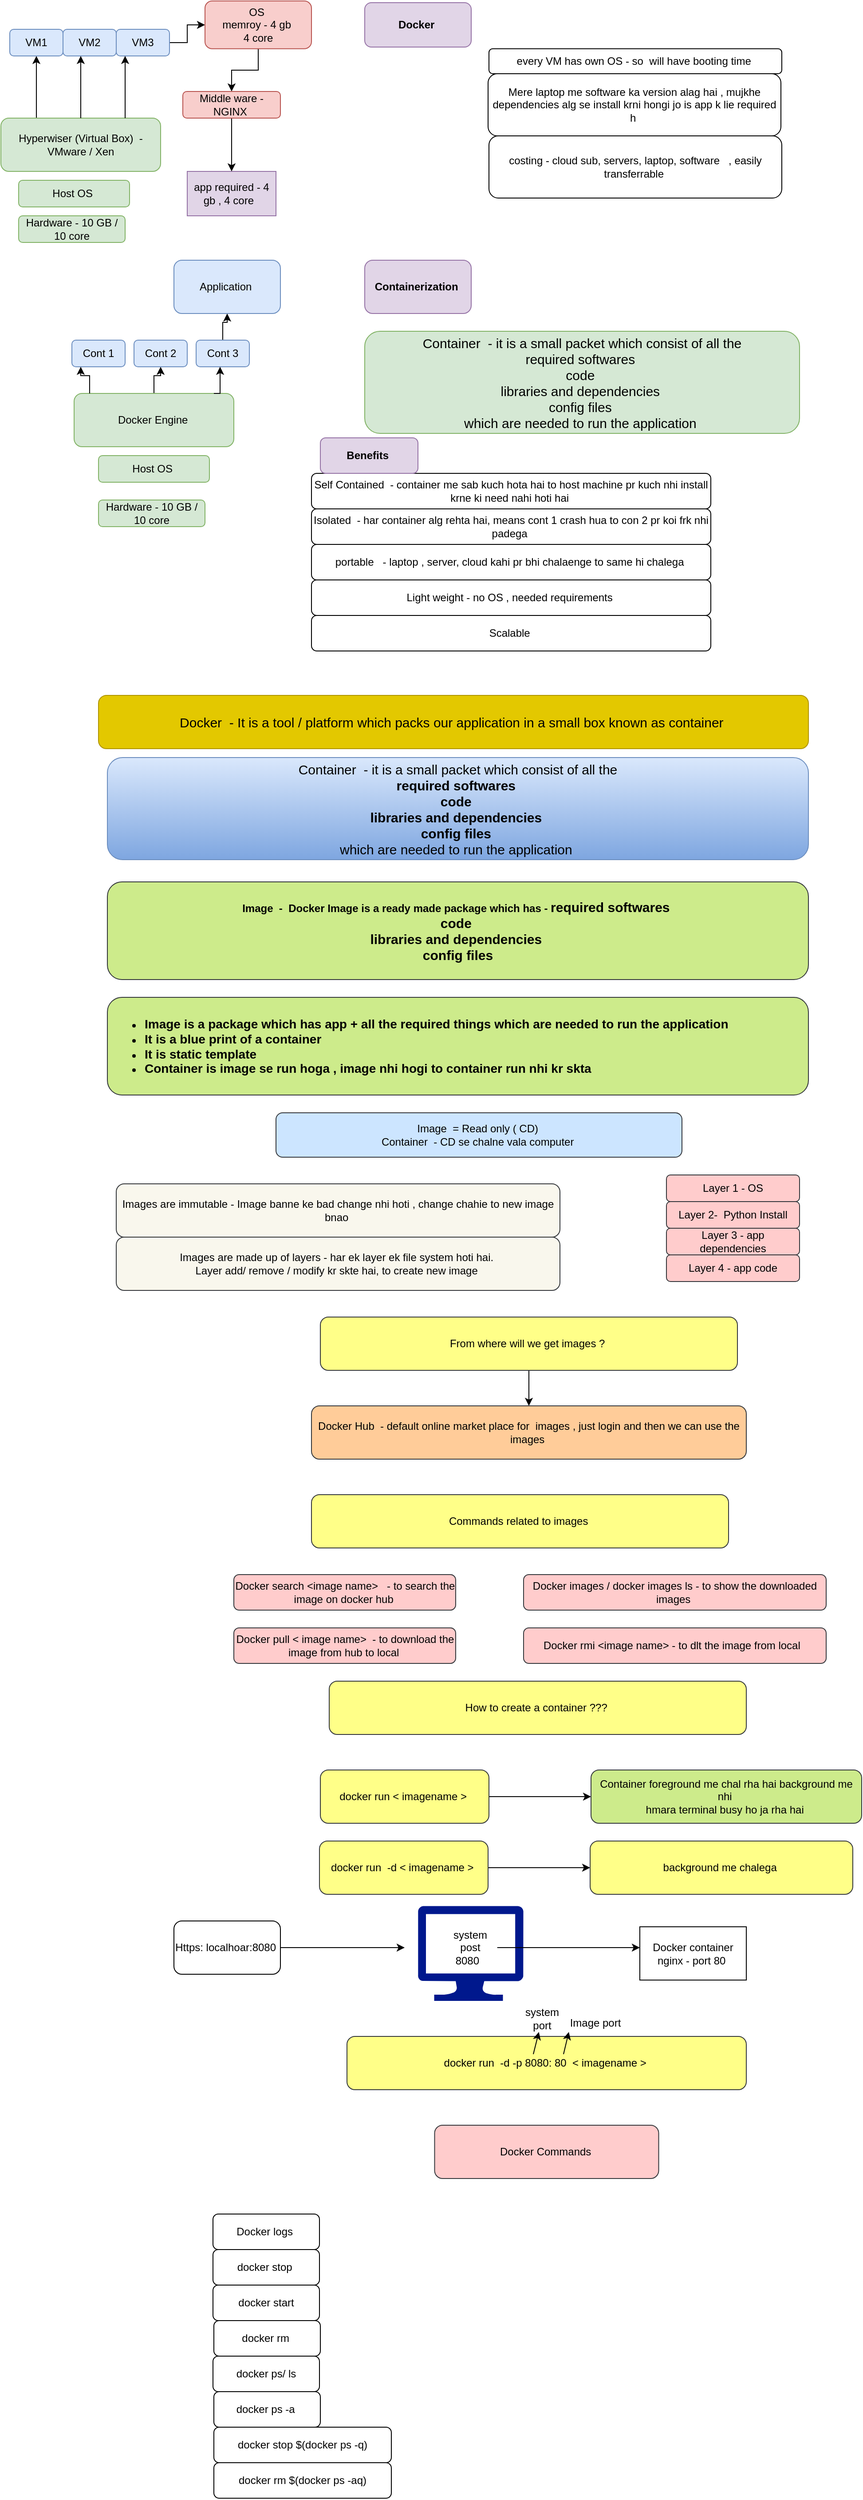
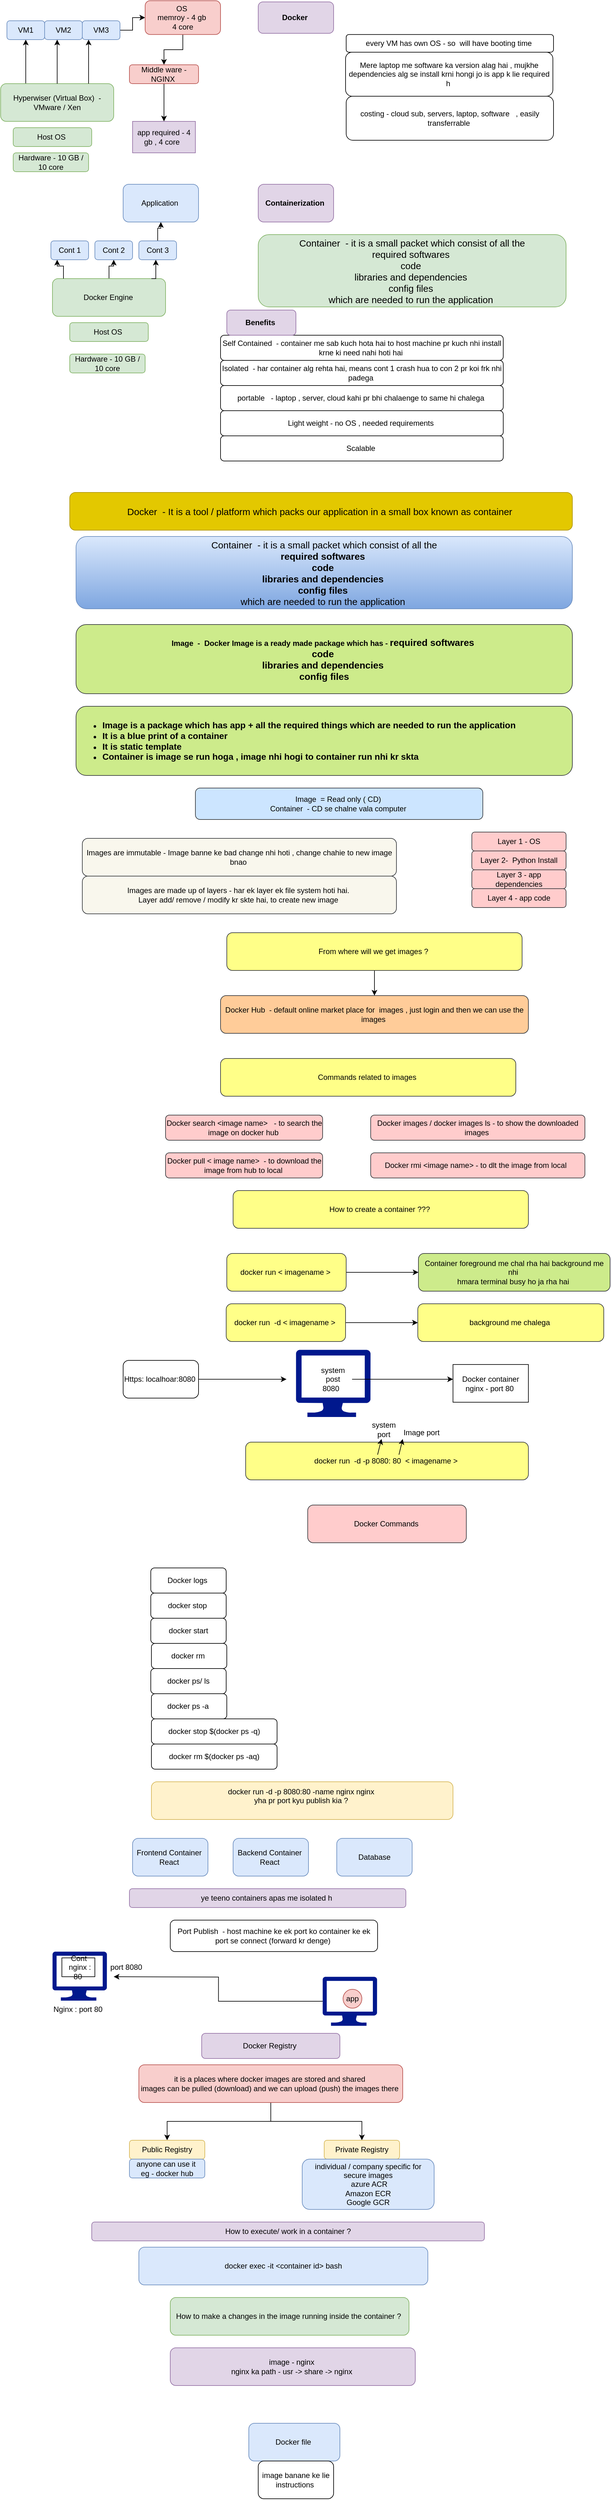
<mxfile host="app.diagrams.net">
  <diagram name="Page-1" id="ZKXYPPjO_T6hG3NFIvYZ">
-     <mxGraphModel dx="1030" dy="527" grid="1" gridSize="10" guides="1" tooltips="1" connect="1" arrows="1" fold="1" page="1" pageScale="1" pageWidth="9000000" pageHeight="9011690" math="0" shadow="0">
+     <mxGraphModel dx="824" dy="422" grid="1" gridSize="10" guides="1" tooltips="1" connect="1" arrows="1" fold="1" page="1" pageScale="1" pageWidth="9000000" pageHeight="9011690" math="0" shadow="0">
      <root>
        <mxCell id="0" />
        <mxCell id="1" parent="0" />
        <mxCell id="NzShjJ24OLTumAYWdT6c-1" parent="1" style="rounded=1;whiteSpace=wrap;html=1;fontStyle=1;fillColor=#e1d5e7;strokeColor=#9673a6;" value="Docker&amp;nbsp;" vertex="1">
          <mxGeometry height="50" width="120" x="510" y="10" as="geometry" />
        </mxCell>
        <mxCell id="NzShjJ24OLTumAYWdT6c-2" parent="1" style="rounded=1;whiteSpace=wrap;html=1;fillColor=#d5e8d4;strokeColor=#82b366;" value="Hardware - 10 GB / 10 core" vertex="1">
          <mxGeometry height="30" width="120" x="120" y="250" as="geometry" />
        </mxCell>
        <mxCell id="NzShjJ24OLTumAYWdT6c-3" parent="1" style="rounded=1;whiteSpace=wrap;html=1;fillColor=#d5e8d4;strokeColor=#82b366;" value="Host OS&amp;nbsp;" vertex="1">
          <mxGeometry height="30" width="125" x="120" y="210" as="geometry" />
        </mxCell>
        <mxCell id="NzShjJ24OLTumAYWdT6c-4" parent="1" style="rounded=1;whiteSpace=wrap;html=1;" value="every VM has own OS - so&amp;nbsp; will have booting time&amp;nbsp;" vertex="1">
          <mxGeometry height="28.12" width="330" x="650" y="61.88" as="geometry" />
        </mxCell>
        <mxCell id="NzShjJ24OLTumAYWdT6c-5" parent="1" style="rounded=0;whiteSpace=wrap;html=1;fillColor=#e1d5e7;strokeColor=#9673a6;" value="app required - 4 gb , 4 core&amp;nbsp;&amp;nbsp;" vertex="1">
          <mxGeometry height="50" width="100" x="310" y="200" as="geometry" />
        </mxCell>
        <mxCell id="NzShjJ24OLTumAYWdT6c-8" edge="1" parent="1" source="NzShjJ24OLTumAYWdT6c-6" style="edgeStyle=orthogonalEdgeStyle;rounded=0;orthogonalLoop=1;jettySize=auto;html=1;" target="NzShjJ24OLTumAYWdT6c-7" value="">
          <mxGeometry relative="1" as="geometry">
            <Array as="points">
              <mxPoint x="140" y="130" />
              <mxPoint x="140" y="130" />
            </Array>
          </mxGeometry>
        </mxCell>
        <mxCell id="NzShjJ24OLTumAYWdT6c-6" parent="1" style="rounded=1;whiteSpace=wrap;html=1;fillColor=#d5e8d4;strokeColor=#82b366;" value="Hyperwiser (Virtual Box)&amp;nbsp; - VMware / Xen" vertex="1">
          <mxGeometry height="60" width="180" x="100" y="140" as="geometry" />
        </mxCell>
        <mxCell id="NzShjJ24OLTumAYWdT6c-7" parent="1" style="whiteSpace=wrap;html=1;rounded=1;fillColor=#dae8fc;strokeColor=#6c8ebf;" value="VM1" vertex="1">
          <mxGeometry height="30" width="60" x="110" y="40" as="geometry" />
        </mxCell>
        <mxCell id="NzShjJ24OLTumAYWdT6c-9" parent="1" style="whiteSpace=wrap;html=1;rounded=1;fillColor=#dae8fc;strokeColor=#6c8ebf;" value="VM2" vertex="1">
          <mxGeometry height="30" width="60" x="170" y="40" as="geometry" />
        </mxCell>
        <mxCell id="NzShjJ24OLTumAYWdT6c-14" edge="1" parent="1" source="NzShjJ24OLTumAYWdT6c-10" style="edgeStyle=orthogonalEdgeStyle;rounded=0;orthogonalLoop=1;jettySize=auto;html=1;" target="NzShjJ24OLTumAYWdT6c-13" value="">
          <mxGeometry relative="1" as="geometry" />
        </mxCell>
        <mxCell id="NzShjJ24OLTumAYWdT6c-10" parent="1" style="whiteSpace=wrap;html=1;rounded=1;fillColor=#dae8fc;strokeColor=#6c8ebf;" value="VM3" vertex="1">
          <mxGeometry height="30" width="60" x="230" y="40" as="geometry" />
        </mxCell>
        <mxCell id="NzShjJ24OLTumAYWdT6c-11" edge="1" parent="1" style="edgeStyle=orthogonalEdgeStyle;rounded=0;orthogonalLoop=1;jettySize=auto;html=1;" value="">
          <mxGeometry relative="1" as="geometry">
            <Array as="points">
              <mxPoint x="190" y="130" />
              <mxPoint x="190" y="130" />
            </Array>
            <mxPoint x="190" y="140" as="sourcePoint" />
            <mxPoint x="190" y="70" as="targetPoint" />
          </mxGeometry>
        </mxCell>
        <mxCell id="NzShjJ24OLTumAYWdT6c-12" edge="1" parent="1" style="edgeStyle=orthogonalEdgeStyle;rounded=0;orthogonalLoop=1;jettySize=auto;html=1;" value="">
          <mxGeometry relative="1" as="geometry">
            <Array as="points">
              <mxPoint x="240" y="130" />
              <mxPoint x="240" y="130" />
            </Array>
            <mxPoint x="240" y="140" as="sourcePoint" />
            <mxPoint x="240" y="70" as="targetPoint" />
          </mxGeometry>
        </mxCell>
        <mxCell id="NzShjJ24OLTumAYWdT6c-16" edge="1" parent="1" source="NzShjJ24OLTumAYWdT6c-13" style="edgeStyle=orthogonalEdgeStyle;rounded=0;orthogonalLoop=1;jettySize=auto;html=1;" target="NzShjJ24OLTumAYWdT6c-15" value="">
          <mxGeometry relative="1" as="geometry" />
        </mxCell>
        <mxCell id="NzShjJ24OLTumAYWdT6c-13" parent="1" style="whiteSpace=wrap;html=1;rounded=1;fillColor=#f8cecc;strokeColor=#b85450;" value="OS&amp;nbsp;&lt;div&gt;memroy - 4 gb&amp;nbsp;&lt;/div&gt;&lt;div&gt;4 core&lt;/div&gt;" vertex="1">
          <mxGeometry height="53.75" width="120" x="330" y="8.13" as="geometry" />
        </mxCell>
        <mxCell id="NzShjJ24OLTumAYWdT6c-17" edge="1" parent="1" source="NzShjJ24OLTumAYWdT6c-15" style="edgeStyle=orthogonalEdgeStyle;rounded=0;orthogonalLoop=1;jettySize=auto;html=1;" target="NzShjJ24OLTumAYWdT6c-5" value="">
          <mxGeometry relative="1" as="geometry" />
        </mxCell>
        <mxCell id="NzShjJ24OLTumAYWdT6c-15" parent="1" style="whiteSpace=wrap;html=1;rounded=1;fillColor=#f8cecc;strokeColor=#b85450;" value="Middle ware - NGINX&amp;nbsp;" vertex="1">
          <mxGeometry height="30" width="110" x="305" y="110" as="geometry" />
        </mxCell>
        <mxCell id="NzShjJ24OLTumAYWdT6c-18" parent="1" style="rounded=1;whiteSpace=wrap;html=1;" value="Mere laptop me software ka version alag hai , mujkhe dependencies alg se install krni hongi jo is app k lie required h&amp;nbsp;" vertex="1">
          <mxGeometry height="70" width="330" x="649" y="90" as="geometry" />
        </mxCell>
        <mxCell id="NzShjJ24OLTumAYWdT6c-19" parent="1" style="rounded=1;whiteSpace=wrap;html=1;" value="costing - cloud sub, servers, laptop, software&amp;nbsp; &amp;nbsp;, easily transferrable&amp;nbsp;" vertex="1">
          <mxGeometry height="70" width="330" x="650" y="160" as="geometry" />
        </mxCell>
        <mxCell id="NzShjJ24OLTumAYWdT6c-20" parent="1" style="rounded=1;whiteSpace=wrap;html=1;fillColor=#e1d5e7;strokeColor=#9673a6;fontStyle=1" value="Containerization&amp;nbsp;" vertex="1">
          <mxGeometry height="60" width="120" x="510" y="300" as="geometry" />
        </mxCell>
        <mxCell id="NzShjJ24OLTumAYWdT6c-21" parent="1" style="rounded=1;whiteSpace=wrap;html=1;fillColor=#d5e8d4;strokeColor=#82b366;" value="Hardware - 10 GB / 10 core" vertex="1">
          <mxGeometry height="30" width="120" x="210" y="570" as="geometry" />
        </mxCell>
        <mxCell id="NzShjJ24OLTumAYWdT6c-22" parent="1" style="rounded=1;whiteSpace=wrap;html=1;fillColor=#d5e8d4;strokeColor=#82b366;" value="Host OS&amp;nbsp;" vertex="1">
          <mxGeometry height="30" width="125" x="210" y="520" as="geometry" />
        </mxCell>
        <mxCell id="NzShjJ24OLTumAYWdT6c-29" edge="1" parent="1" source="NzShjJ24OLTumAYWdT6c-23" style="edgeStyle=orthogonalEdgeStyle;rounded=0;orthogonalLoop=1;jettySize=auto;html=1;" target="NzShjJ24OLTumAYWdT6c-25" value="">
          <mxGeometry relative="1" as="geometry" />
        </mxCell>
        <mxCell id="NzShjJ24OLTumAYWdT6c-23" parent="1" style="rounded=1;whiteSpace=wrap;html=1;fillColor=#d5e8d4;strokeColor=#82b366;" value="Docker Engine&amp;nbsp;" vertex="1">
          <mxGeometry height="60" width="180" x="182.5" y="450" as="geometry" />
        </mxCell>
        <mxCell id="NzShjJ24OLTumAYWdT6c-24" parent="1" style="whiteSpace=wrap;html=1;rounded=1;fillColor=#dae8fc;strokeColor=#6c8ebf;" value="Cont 1" vertex="1">
          <mxGeometry height="30" width="60" x="180" y="390" as="geometry" />
        </mxCell>
        <mxCell id="NzShjJ24OLTumAYWdT6c-25" parent="1" style="whiteSpace=wrap;html=1;rounded=1;fillColor=#dae8fc;strokeColor=#6c8ebf;" value="Cont 2" vertex="1">
          <mxGeometry height="30" width="60" x="250" y="390" as="geometry" />
        </mxCell>
        <mxCell id="NzShjJ24OLTumAYWdT6c-33" edge="1" parent="1" source="NzShjJ24OLTumAYWdT6c-26" style="edgeStyle=orthogonalEdgeStyle;rounded=0;orthogonalLoop=1;jettySize=auto;html=1;" target="NzShjJ24OLTumAYWdT6c-32" value="">
          <mxGeometry relative="1" as="geometry" />
        </mxCell>
        <mxCell id="NzShjJ24OLTumAYWdT6c-26" parent="1" style="whiteSpace=wrap;html=1;rounded=1;fillColor=#dae8fc;strokeColor=#6c8ebf;" value="Cont 3" vertex="1">
          <mxGeometry height="30" width="60" x="320" y="390" as="geometry" />
        </mxCell>
        <mxCell id="NzShjJ24OLTumAYWdT6c-28" edge="1" parent="1" style="edgeStyle=orthogonalEdgeStyle;rounded=0;orthogonalLoop=1;jettySize=auto;html=1;" value="">
          <mxGeometry relative="1" as="geometry">
            <Array as="points">
              <mxPoint x="200" y="430" />
              <mxPoint x="190" y="430" />
            </Array>
            <mxPoint x="200" y="450" as="sourcePoint" />
            <mxPoint x="190" y="420" as="targetPoint" />
          </mxGeometry>
        </mxCell>
        <mxCell id="NzShjJ24OLTumAYWdT6c-30" edge="1" parent="1" style="edgeStyle=orthogonalEdgeStyle;rounded=0;orthogonalLoop=1;jettySize=auto;html=1;" value="">
          <mxGeometry relative="1" as="geometry">
            <mxPoint x="340" y="450" as="sourcePoint" />
            <mxPoint x="347" y="420" as="targetPoint" />
          </mxGeometry>
        </mxCell>
        <mxCell id="NzShjJ24OLTumAYWdT6c-32" parent="1" style="whiteSpace=wrap;html=1;fillColor=#dae8fc;strokeColor=#6c8ebf;rounded=1;" value="Application&amp;nbsp;" vertex="1">
          <mxGeometry height="60" width="120" x="295" y="300" as="geometry" />
        </mxCell>
        <mxCell id="NzShjJ24OLTumAYWdT6c-34" parent="1" style="rounded=1;whiteSpace=wrap;html=1;fillColor=#d5e8d4;strokeColor=#82b366;" value="&lt;font style=&quot;font-size: 15px;&quot;&gt;Container&amp;nbsp; - it is a small packet which consist of all the&lt;/font&gt;&lt;div&gt;&lt;font style=&quot;font-size: 15px;&quot;&gt;required softwares&amp;nbsp;&lt;/font&gt;&lt;/div&gt;&lt;div&gt;&lt;font style=&quot;font-size: 15px;&quot;&gt;code&amp;nbsp;&lt;/font&gt;&lt;/div&gt;&lt;div&gt;&lt;font style=&quot;font-size: 15px;&quot;&gt;libraries and dependencies&amp;nbsp;&lt;/font&gt;&lt;/div&gt;&lt;div&gt;&lt;font style=&quot;font-size: 15px;&quot;&gt;config files&amp;nbsp;&lt;/font&gt;&lt;/div&gt;&lt;div&gt;&lt;font style=&quot;font-size: 15px;&quot;&gt;which are needed to run the application&amp;nbsp;&lt;/font&gt;&lt;/div&gt;" vertex="1">
          <mxGeometry height="115" width="490" x="510" y="380" as="geometry" />
        </mxCell>
        <mxCell id="NzShjJ24OLTumAYWdT6c-35" parent="1" style="rounded=1;whiteSpace=wrap;html=1;" value="Self Contained&amp;nbsp; - container me sab kuch hota hai to host machine pr kuch nhi install krne ki need nahi hoti hai&amp;nbsp;" vertex="1">
          <mxGeometry height="40" width="450" x="450" y="540" as="geometry" />
        </mxCell>
        <mxCell id="NzShjJ24OLTumAYWdT6c-36" parent="1" style="rounded=1;whiteSpace=wrap;html=1;" value="Isolated&amp;nbsp; - har container alg rehta hai, means cont 1 crash hua to con 2 pr koi frk nhi padega&amp;nbsp;" vertex="1">
          <mxGeometry height="40" width="450" x="450" y="580" as="geometry" />
        </mxCell>
        <mxCell id="NzShjJ24OLTumAYWdT6c-37" parent="1" style="rounded=1;whiteSpace=wrap;html=1;" value="portable&amp;nbsp; &amp;nbsp;- laptop , server, cloud kahi pr bhi chalaenge to same hi chalega&amp;nbsp;" vertex="1">
          <mxGeometry height="40" width="450" x="450" y="620" as="geometry" />
        </mxCell>
        <mxCell id="NzShjJ24OLTumAYWdT6c-38" parent="1" style="rounded=1;whiteSpace=wrap;html=1;" value="Light weight - no OS , needed requirements&amp;nbsp;" vertex="1">
          <mxGeometry height="40" width="450" x="450" y="660" as="geometry" />
        </mxCell>
        <mxCell id="NzShjJ24OLTumAYWdT6c-39" parent="1" style="rounded=1;whiteSpace=wrap;html=1;fillColor=#e1d5e7;strokeColor=#9673a6;fontStyle=1" value="Benefits&amp;nbsp;" vertex="1">
          <mxGeometry height="40" width="110" x="460" y="500" as="geometry" />
        </mxCell>
        <mxCell id="NzShjJ24OLTumAYWdT6c-40" parent="1" style="rounded=1;whiteSpace=wrap;html=1;" value="Scalable&amp;nbsp;" vertex="1">
          <mxGeometry height="40" width="450" x="450" y="700" as="geometry" />
        </mxCell>
        <mxCell id="NzShjJ24OLTumAYWdT6c-41" parent="1" style="rounded=1;whiteSpace=wrap;html=1;fillColor=#e3c800;fontColor=#000000;strokeColor=#B09500;" value="&lt;font style=&quot;font-size: 15px;&quot;&gt;Docker&amp;nbsp; - It is a tool / platform which packs our application in a small box known as container&amp;nbsp;&lt;/font&gt;" vertex="1">
          <mxGeometry height="60" width="800" x="210" y="790" as="geometry" />
        </mxCell>
        <mxCell id="NzShjJ24OLTumAYWdT6c-42" parent="1" style="rounded=1;whiteSpace=wrap;html=1;fillColor=#dae8fc;strokeColor=#6c8ebf;gradientColor=#7ea6e0;" value="&lt;font style=&quot;font-size: 15px;&quot;&gt;Container&amp;nbsp; - it is a small packet which consist of all the&lt;/font&gt;&lt;div&gt;&lt;font style=&quot;font-size: 15px;&quot;&gt;&lt;b&gt;required softwares&amp;nbsp;&lt;/b&gt;&lt;/font&gt;&lt;/div&gt;&lt;div&gt;&lt;font style=&quot;font-size: 15px;&quot;&gt;&lt;b&gt;code&amp;nbsp;&lt;/b&gt;&lt;/font&gt;&lt;/div&gt;&lt;div&gt;&lt;font style=&quot;font-size: 15px;&quot;&gt;&lt;b&gt;libraries and dependencies&amp;nbsp;&lt;/b&gt;&lt;/font&gt;&lt;/div&gt;&lt;div&gt;&lt;font style=&quot;font-size: 15px;&quot;&gt;&lt;b&gt;config files&amp;nbsp;&lt;/b&gt;&lt;/font&gt;&lt;/div&gt;&lt;div&gt;&lt;font style=&quot;font-size: 15px;&quot;&gt;which are needed to run the application&amp;nbsp;&lt;/font&gt;&lt;/div&gt;" vertex="1">
          <mxGeometry height="115" width="790" x="220" y="860" as="geometry" />
        </mxCell>
        <mxCell id="NzShjJ24OLTumAYWdT6c-43" parent="1" style="rounded=1;whiteSpace=wrap;html=1;fillColor=#cdeb8b;strokeColor=#36393d;" value="&lt;b&gt;Image&amp;nbsp; -&amp;nbsp; Docker Image is a ready made package which has -&amp;nbsp;&lt;span style=&quot;font-size: 15px; background-color: transparent; color: light-dark(rgb(0, 0, 0), rgb(255, 255, 255));&quot;&gt;required softwares&amp;nbsp;&lt;/span&gt;&lt;/b&gt;&lt;div&gt;&lt;font style=&quot;font-size: 15px;&quot;&gt;&lt;b&gt;code&amp;nbsp;&lt;/b&gt;&lt;/font&gt;&lt;/div&gt;&lt;div&gt;&lt;font style=&quot;font-size: 15px;&quot;&gt;&lt;b&gt;libraries and dependencies&amp;nbsp;&lt;/b&gt;&lt;/font&gt;&lt;/div&gt;&lt;div&gt;&lt;font style=&quot;font-size: 15px;&quot;&gt;&lt;b&gt;config files&lt;/b&gt;&lt;/font&gt;&lt;/div&gt;" vertex="1">
          <mxGeometry height="110" width="790" x="220" y="1000" as="geometry" />
        </mxCell>
        <mxCell id="NzShjJ24OLTumAYWdT6c-44" parent="1" style="rounded=1;whiteSpace=wrap;html=1;align=left;fillColor=#cdeb8b;strokeColor=#36393d;" value="&lt;div style=&quot;&quot;&gt;&lt;b&gt;&lt;br&gt;&lt;/b&gt;&lt;ul&gt;&lt;li&gt;&lt;span style=&quot;background-color: transparent; color: light-dark(rgb(0, 0, 0), rgb(255, 255, 255));&quot;&gt;&lt;b&gt;&lt;font style=&quot;font-size: 14px;&quot;&gt;Image is a package which has app + all the required things which are needed to run the application&amp;nbsp;&lt;/font&gt;&lt;/b&gt;&lt;/span&gt;&lt;/li&gt;&lt;li&gt;&lt;b&gt;&lt;font style=&quot;font-size: 14px;&quot;&gt;It is a blue print of a container&amp;nbsp;&lt;/font&gt;&lt;/b&gt;&lt;/li&gt;&lt;li&gt;&lt;b&gt;&lt;font style=&quot;font-size: 14px;&quot;&gt;It is static template&amp;nbsp;&lt;/font&gt;&lt;/b&gt;&lt;/li&gt;&lt;li&gt;&lt;b&gt;&lt;font style=&quot;font-size: 14px;&quot;&gt;Container is image se run hoga , image nhi hogi to container run nhi kr skta&amp;nbsp;&lt;/font&gt;&lt;/b&gt;&lt;/li&gt;&lt;/ul&gt;&lt;/div&gt;&lt;div style=&quot;&quot;&gt;&lt;br&gt;&lt;/div&gt;" vertex="1">
          <mxGeometry height="110" width="790" x="220" y="1130" as="geometry" />
        </mxCell>
        <mxCell id="NzShjJ24OLTumAYWdT6c-45" parent="1" style="rounded=1;whiteSpace=wrap;html=1;align=center;fillColor=#cce5ff;strokeColor=#36393d;" value="&lt;div style=&quot;&quot;&gt;&lt;br&gt;&lt;/div&gt;&lt;div style=&quot;&quot;&gt;Image&amp;nbsp; = Read only ( CD)&amp;nbsp;&lt;/div&gt;&lt;div style=&quot;&quot;&gt;Container&amp;nbsp; - CD se chalne vala computer&amp;nbsp;&lt;/div&gt;&lt;div style=&quot;&quot;&gt;&lt;br&gt;&lt;/div&gt;" vertex="1">
          <mxGeometry height="50" width="457.5" x="410" y="1260" as="geometry" />
        </mxCell>
        <mxCell id="NzShjJ24OLTumAYWdT6c-46" parent="1" style="rounded=1;whiteSpace=wrap;html=1;fillColor=#f9f7ed;strokeColor=#36393d;" value="Images are immutable - Image banne ke bad change nhi hoti , change chahie to new image bnao&amp;nbsp;" vertex="1">
          <mxGeometry height="60" width="500" x="230" y="1340" as="geometry" />
        </mxCell>
        <mxCell id="NzShjJ24OLTumAYWdT6c-47" parent="1" style="rounded=1;whiteSpace=wrap;html=1;fillColor=#f9f7ed;strokeColor=#36393d;" value="Images are made up of layers - har ek layer ek file system hoti hai.&amp;nbsp;&lt;div&gt;Layer add/ remove / modify kr skte hai, to create new image&amp;nbsp;&lt;/div&gt;" vertex="1">
          <mxGeometry height="60" width="500" x="230" y="1400" as="geometry" />
        </mxCell>
        <mxCell id="NzShjJ24OLTumAYWdT6c-48" parent="1" style="rounded=1;whiteSpace=wrap;html=1;fillColor=#ffcccc;strokeColor=#36393d;" value="Layer 1 - OS" vertex="1">
          <mxGeometry height="30" width="150" x="850" y="1330" as="geometry" />
        </mxCell>
        <mxCell id="NzShjJ24OLTumAYWdT6c-49" parent="1" style="rounded=1;whiteSpace=wrap;html=1;fillColor=#ffcccc;strokeColor=#36393d;" value="Layer 2-&amp;nbsp; Python Install" vertex="1">
          <mxGeometry height="30" width="150" x="850" y="1360" as="geometry" />
        </mxCell>
        <mxCell id="NzShjJ24OLTumAYWdT6c-50" parent="1" style="rounded=1;whiteSpace=wrap;html=1;fillColor=#ffcccc;strokeColor=#36393d;" value="Layer 3 - app dependencies" vertex="1">
          <mxGeometry height="30" width="150" x="850" y="1390" as="geometry" />
        </mxCell>
        <mxCell id="NzShjJ24OLTumAYWdT6c-51" parent="1" style="rounded=1;whiteSpace=wrap;html=1;fillColor=#ffcccc;strokeColor=#36393d;" value="Layer 4 - app code" vertex="1">
          <mxGeometry height="30" width="150" x="850" y="1420" as="geometry" />
        </mxCell>
        <mxCell id="NzShjJ24OLTumAYWdT6c-54" edge="1" parent="1" source="NzShjJ24OLTumAYWdT6c-52" style="edgeStyle=orthogonalEdgeStyle;rounded=0;orthogonalLoop=1;jettySize=auto;html=1;" target="NzShjJ24OLTumAYWdT6c-53" value="">
          <mxGeometry relative="1" as="geometry" />
        </mxCell>
        <mxCell id="NzShjJ24OLTumAYWdT6c-52" parent="1" style="rounded=1;whiteSpace=wrap;html=1;fillColor=#ffff88;strokeColor=#36393d;" value="From where will we get images ?&amp;nbsp;" vertex="1">
          <mxGeometry height="60" width="470" x="460" y="1490" as="geometry" />
        </mxCell>
        <mxCell id="NzShjJ24OLTumAYWdT6c-53" parent="1" style="whiteSpace=wrap;html=1;rounded=1;fillColor=#ffcc99;strokeColor=#36393d;" value="Docker Hub&amp;nbsp; - default online market place for&amp;nbsp; images , just login and then we can use the images&amp;nbsp;" vertex="1">
          <mxGeometry height="60" width="490" x="450" y="1590" as="geometry" />
        </mxCell>
        <mxCell id="NzShjJ24OLTumAYWdT6c-55" parent="1" style="rounded=1;whiteSpace=wrap;html=1;fillColor=#ffff88;strokeColor=#36393d;" value="Commands related to images&amp;nbsp;" vertex="1">
          <mxGeometry height="60" width="470" x="450" y="1690" as="geometry" />
        </mxCell>
        <mxCell id="NzShjJ24OLTumAYWdT6c-56" parent="1" style="rounded=1;whiteSpace=wrap;html=1;fillColor=#ffcccc;strokeColor=#36393d;" value="Docker search &amp;lt;image name&amp;gt;&amp;nbsp; &amp;nbsp;- to search the image on docker hub&amp;nbsp;" vertex="1">
          <mxGeometry height="40" width="250" x="362.5" y="1780" as="geometry" />
        </mxCell>
        <mxCell id="NzShjJ24OLTumAYWdT6c-57" parent="1" style="rounded=1;whiteSpace=wrap;html=1;fillColor=#ffcccc;strokeColor=#36393d;" value="Docker pull &amp;lt; image name&amp;gt;&amp;nbsp; - to download the image from hub to local&amp;nbsp;" vertex="1">
          <mxGeometry height="40" width="250" x="362.5" y="1840" as="geometry" />
        </mxCell>
        <mxCell id="NzShjJ24OLTumAYWdT6c-58" parent="1" style="rounded=1;whiteSpace=wrap;html=1;fillColor=#ffcccc;strokeColor=#36393d;" value="Docker images / docker images ls - to show the downloaded images&amp;nbsp;" vertex="1">
          <mxGeometry height="40" width="341" x="689" y="1780" as="geometry" />
        </mxCell>
        <mxCell id="NzShjJ24OLTumAYWdT6c-59" parent="1" style="rounded=1;whiteSpace=wrap;html=1;fillColor=#ffcccc;strokeColor=#36393d;" value="Docker rmi &amp;lt;image name&amp;gt; - to dlt the image from local&amp;nbsp;&amp;nbsp;" vertex="1">
          <mxGeometry height="40" width="341" x="689" y="1840" as="geometry" />
        </mxCell>
        <mxCell id="NzShjJ24OLTumAYWdT6c-60" parent="1" style="rounded=1;whiteSpace=wrap;html=1;fillColor=#ffff88;strokeColor=#36393d;" value="How to create a container ???&amp;nbsp;" vertex="1">
          <mxGeometry height="60" width="470" x="470" y="1900" as="geometry" />
        </mxCell>
        <mxCell id="NzShjJ24OLTumAYWdT6c-63" edge="1" parent="1" source="NzShjJ24OLTumAYWdT6c-61" style="edgeStyle=orthogonalEdgeStyle;rounded=0;orthogonalLoop=1;jettySize=auto;html=1;" target="NzShjJ24OLTumAYWdT6c-62" value="">
          <mxGeometry relative="1" as="geometry" />
        </mxCell>
        <mxCell id="NzShjJ24OLTumAYWdT6c-61" parent="1" style="rounded=1;whiteSpace=wrap;html=1;fillColor=#ffff88;strokeColor=#36393d;" value="docker run &amp;lt; imagename &amp;gt;&amp;nbsp;" vertex="1">
          <mxGeometry height="60" width="190" x="460" y="2000" as="geometry" />
        </mxCell>
        <mxCell id="NzShjJ24OLTumAYWdT6c-62" parent="1" style="whiteSpace=wrap;html=1;rounded=1;fillColor=#cdeb8b;strokeColor=#36393d;" value="Container foreground me chal rha hai background me nhi&amp;nbsp;&lt;div&gt;hmara terminal busy ho ja rha hai&amp;nbsp;&lt;/div&gt;" vertex="1">
          <mxGeometry height="60" width="305" x="765" y="2000" as="geometry" />
        </mxCell>
        <mxCell id="NzShjJ24OLTumAYWdT6c-66" edge="1" parent="1" source="NzShjJ24OLTumAYWdT6c-64" style="edgeStyle=orthogonalEdgeStyle;rounded=0;orthogonalLoop=1;jettySize=auto;html=1;" target="NzShjJ24OLTumAYWdT6c-65" value="">
          <mxGeometry relative="1" as="geometry" />
        </mxCell>
        <mxCell id="NzShjJ24OLTumAYWdT6c-64" parent="1" style="rounded=1;whiteSpace=wrap;html=1;fillColor=#ffff88;strokeColor=#36393d;" value="docker run&amp;nbsp; -d &amp;lt; imagename &amp;gt;&amp;nbsp;" vertex="1">
          <mxGeometry height="60" width="190" x="459" y="2080" as="geometry" />
        </mxCell>
        <mxCell id="NzShjJ24OLTumAYWdT6c-65" parent="1" style="whiteSpace=wrap;html=1;fillColor=#ffff88;strokeColor=#36393d;rounded=1;" value="background me chalega&amp;nbsp;" vertex="1">
          <mxGeometry height="60" width="296" x="764" y="2080" as="geometry" />
        </mxCell>
        <mxCell id="NzShjJ24OLTumAYWdT6c-69" edge="1" parent="1" source="NzShjJ24OLTumAYWdT6c-67" style="edgeStyle=orthogonalEdgeStyle;rounded=0;orthogonalLoop=1;jettySize=auto;html=1;" value="">
          <mxGeometry relative="1" as="geometry">
            <mxPoint x="555" y="2200" as="targetPoint" />
          </mxGeometry>
        </mxCell>
        <mxCell id="NzShjJ24OLTumAYWdT6c-67" parent="1" style="rounded=1;whiteSpace=wrap;html=1;" value="Https: localhoar:8080&amp;nbsp;" vertex="1">
          <mxGeometry height="60" width="120" x="295" y="2170" as="geometry" />
        </mxCell>
        <mxCell id="NzShjJ24OLTumAYWdT6c-70" parent="1" style="sketch=0;aspect=fixed;pointerEvents=1;shadow=0;dashed=0;html=1;strokeColor=none;labelPosition=center;verticalLabelPosition=bottom;verticalAlign=top;align=center;fillColor=#00188D;shape=mxgraph.azure.computer" value="" vertex="1">
          <mxGeometry height="106.88" width="118.76" x="570" y="2153.12" as="geometry" />
        </mxCell>
        <mxCell id="NzShjJ24OLTumAYWdT6c-74" edge="1" parent="1" source="NzShjJ24OLTumAYWdT6c-71" style="edgeStyle=orthogonalEdgeStyle;rounded=0;orthogonalLoop=1;jettySize=auto;html=1;" target="NzShjJ24OLTumAYWdT6c-73" value="">
          <mxGeometry relative="1" as="geometry">
            <Array as="points">
              <mxPoint x="629" y="2207" />
            </Array>
          </mxGeometry>
        </mxCell>
        <mxCell id="NzShjJ24OLTumAYWdT6c-71" parent="1" style="text;html=1;whiteSpace=wrap;strokeColor=none;fillColor=none;align=center;verticalAlign=middle;rounded=0;" value="system post 8080&amp;nbsp;&amp;nbsp;" vertex="1">
          <mxGeometry height="30" width="60" x="599.38" y="2185" as="geometry" />
        </mxCell>
        <mxCell id="NzShjJ24OLTumAYWdT6c-73" parent="1" style="whiteSpace=wrap;html=1;" value="Docker container nginx - port 80&amp;nbsp;" vertex="1">
          <mxGeometry height="60" width="120" x="820" y="2176.56" as="geometry" />
        </mxCell>
        <mxCell id="NzShjJ24OLTumAYWdT6c-75" parent="1" style="rounded=1;whiteSpace=wrap;html=1;fillColor=#ffff88;strokeColor=#36393d;" value="docker run&amp;nbsp; -d -p 8080: 80&amp;nbsp; &amp;lt; imagename &amp;gt;&amp;nbsp;" vertex="1">
          <mxGeometry height="60" width="450" x="490" y="2300" as="geometry" />
        </mxCell>
        <mxCell id="NzShjJ24OLTumAYWdT6c-77" edge="1" parent="1" style="endArrow=classic;html=1;rounded=0;" target="NzShjJ24OLTumAYWdT6c-78" value="">
          <mxGeometry height="50" relative="1" width="50" as="geometry">
            <mxPoint x="700" y="2320" as="sourcePoint" />
            <mxPoint x="710" y="2280" as="targetPoint" />
          </mxGeometry>
        </mxCell>
        <mxCell id="NzShjJ24OLTumAYWdT6c-78" parent="1" style="text;html=1;whiteSpace=wrap;strokeColor=none;fillColor=none;align=center;verticalAlign=middle;rounded=0;" value="system port" vertex="1">
          <mxGeometry height="30" width="60" x="680" y="2265" as="geometry" />
        </mxCell>
        <mxCell id="NzShjJ24OLTumAYWdT6c-79" edge="1" parent="1" style="endArrow=classic;html=1;rounded=0;" value="">
          <mxGeometry height="50" relative="1" width="50" as="geometry">
            <mxPoint x="734" y="2320" as="sourcePoint" />
            <mxPoint x="740" y="2295" as="targetPoint" />
          </mxGeometry>
        </mxCell>
        <mxCell id="NzShjJ24OLTumAYWdT6c-80" parent="1" style="text;html=1;whiteSpace=wrap;strokeColor=none;fillColor=none;align=center;verticalAlign=middle;rounded=0;" value="Image port" vertex="1">
          <mxGeometry height="30" width="60" x="740" y="2270" as="geometry" />
        </mxCell>
        <mxCell id="NzShjJ24OLTumAYWdT6c-81" parent="1" style="rounded=1;whiteSpace=wrap;html=1;fillColor=#ffcccc;strokeColor=#36393d;" value="Docker Commands&amp;nbsp;" vertex="1">
          <mxGeometry height="60" width="252.5" x="588.75" y="2400" as="geometry" />
        </mxCell>
        <mxCell id="NzShjJ24OLTumAYWdT6c-82" parent="1" style="rounded=1;whiteSpace=wrap;html=1;" value="Docker logs&amp;nbsp;" vertex="1">
          <mxGeometry height="40" width="120" x="339" y="2500" as="geometry" />
        </mxCell>
        <mxCell id="NzShjJ24OLTumAYWdT6c-83" parent="1" style="rounded=1;whiteSpace=wrap;html=1;" value="docker stop&amp;nbsp;" vertex="1">
          <mxGeometry height="40" width="120" x="339" y="2540" as="geometry" />
        </mxCell>
        <mxCell id="NzShjJ24OLTumAYWdT6c-84" parent="1" style="rounded=1;whiteSpace=wrap;html=1;" value="docker start" vertex="1">
          <mxGeometry height="40" width="120" x="339" y="2580" as="geometry" />
        </mxCell>
        <mxCell id="NzShjJ24OLTumAYWdT6c-85" parent="1" style="rounded=1;whiteSpace=wrap;html=1;" value="docker rm&amp;nbsp;" vertex="1">
          <mxGeometry height="40" width="120" x="340" y="2620" as="geometry" />
        </mxCell>
        <mxCell id="NzShjJ24OLTumAYWdT6c-86" parent="1" style="rounded=1;whiteSpace=wrap;html=1;" value="docker ps/ ls" vertex="1">
          <mxGeometry height="40" width="120" x="339" y="2660" as="geometry" />
        </mxCell>
        <mxCell id="NzShjJ24OLTumAYWdT6c-87" parent="1" style="rounded=1;whiteSpace=wrap;html=1;" value="docker ps -a&amp;nbsp;" vertex="1">
          <mxGeometry height="40" width="120" x="340" y="2700" as="geometry" />
        </mxCell>
        <mxCell id="NzShjJ24OLTumAYWdT6c-88" parent="1" style="rounded=1;whiteSpace=wrap;html=1;" value="docker stop $(docker ps -q)" vertex="1">
          <mxGeometry height="40" width="200" x="340" y="2740" as="geometry" />
        </mxCell>
        <mxCell id="NzShjJ24OLTumAYWdT6c-89" parent="1" style="rounded=1;whiteSpace=wrap;html=1;" value="docker rm $(docker ps -aq)" vertex="1">
          <mxGeometry height="40" width="200" x="340" y="2780" as="geometry" />
        </mxCell>
+         <mxCell id="cPDjd1D4VpfgA8b3wGAO-1" parent="1" style="rounded=1;whiteSpace=wrap;html=1;fillColor=#fff2cc;strokeColor=#d6b656;" value="docker run -d -p 8080:80 -name nginx nginx&amp;nbsp;&lt;div&gt;yha pr port kyu publish kia ?&amp;nbsp;&lt;/div&gt;&lt;div&gt;&lt;br&gt;&lt;/div&gt;" vertex="1">
+           <mxGeometry height="60" width="480" x="340" y="2840" as="geometry" />
+         </mxCell>
+         <mxCell id="cPDjd1D4VpfgA8b3wGAO-2" parent="1" style="rounded=1;whiteSpace=wrap;html=1;fillColor=#dae8fc;strokeColor=#6c8ebf;" value="Frontend Container&amp;nbsp;&lt;div&gt;React&amp;nbsp;&lt;/div&gt;" vertex="1">
+           <mxGeometry height="60" width="120" x="310" y="2930" as="geometry" />
+         </mxCell>
+         <mxCell id="cPDjd1D4VpfgA8b3wGAO-3" parent="1" style="rounded=1;whiteSpace=wrap;html=1;fillColor=#dae8fc;strokeColor=#6c8ebf;" value="Backend Container&amp;nbsp;&lt;div&gt;React&amp;nbsp;&lt;/div&gt;" vertex="1">
+           <mxGeometry height="60" width="120" x="470" y="2930" as="geometry" />
+         </mxCell>
+         <mxCell id="cPDjd1D4VpfgA8b3wGAO-4" parent="1" style="rounded=1;whiteSpace=wrap;html=1;fillColor=#dae8fc;strokeColor=#6c8ebf;" value="Database" vertex="1">
+           <mxGeometry height="60" width="120" x="635" y="2930" as="geometry" />
+         </mxCell>
+         <mxCell id="cPDjd1D4VpfgA8b3wGAO-5" parent="1" style="rounded=1;whiteSpace=wrap;html=1;fillColor=#e1d5e7;strokeColor=#9673a6;" value="ye teeno containers apas me isolated h&amp;nbsp;" vertex="1">
+           <mxGeometry height="30" width="440" x="305" y="3010" as="geometry" />
+         </mxCell>
+         <mxCell id="cPDjd1D4VpfgA8b3wGAO-6" parent="1" style="rounded=1;whiteSpace=wrap;html=1;" value="Port Publish&amp;nbsp; - host machine ke ek port ko container ke ek port se connect (forward kr denge)&amp;nbsp;" vertex="1">
+           <mxGeometry height="50" width="330" x="370" y="3060" as="geometry" />
+         </mxCell>
+         <mxCell id="cPDjd1D4VpfgA8b3wGAO-7" parent="1" style="sketch=0;aspect=fixed;pointerEvents=1;shadow=0;dashed=0;html=1;strokeColor=none;labelPosition=center;verticalLabelPosition=bottom;verticalAlign=top;align=center;fillColor=#00188D;shape=mxgraph.azure.computer" value="Nginx : port 80&amp;nbsp;&amp;nbsp;" vertex="1">
+           <mxGeometry height="78" width="86.67" x="182.5" y="3110" as="geometry" />
+         </mxCell>
+         <mxCell id="cPDjd1D4VpfgA8b3wGAO-9" edge="1" parent="1" source="cPDjd1D4VpfgA8b3wGAO-8" style="edgeStyle=orthogonalEdgeStyle;rounded=0;orthogonalLoop=1;jettySize=auto;html=1;">
+           <mxGeometry relative="1" as="geometry">
+             <mxPoint x="280" y="3150" as="targetPoint" />
+           </mxGeometry>
+         </mxCell>
+         <mxCell id="cPDjd1D4VpfgA8b3wGAO-8" parent="1" style="sketch=0;aspect=fixed;pointerEvents=1;shadow=0;dashed=0;html=1;strokeColor=none;labelPosition=center;verticalLabelPosition=bottom;verticalAlign=top;align=center;fillColor=#00188D;shape=mxgraph.azure.computer" value="" vertex="1">
+           <mxGeometry height="78" width="86.67" x="612.5" y="3150" as="geometry" />
+         </mxCell>
+         <mxCell id="cPDjd1D4VpfgA8b3wGAO-10" parent="1" style="rounded=0;whiteSpace=wrap;html=1;" value="Cont&lt;div&gt;&amp;nbsp;nginx : 80&amp;nbsp;&lt;/div&gt;" vertex="1">
+           <mxGeometry height="30" width="52.5" x="197.5" y="3120" as="geometry" />
+         </mxCell>
+         <mxCell id="cPDjd1D4VpfgA8b3wGAO-11" parent="1" style="text;html=1;whiteSpace=wrap;strokeColor=none;fillColor=none;align=center;verticalAlign=middle;rounded=0;" value="port 8080" vertex="1">
+           <mxGeometry height="30" width="60" x="270" y="3120" as="geometry" />
+         </mxCell>
+         <mxCell id="cPDjd1D4VpfgA8b3wGAO-12" parent="1" style="ellipse;whiteSpace=wrap;html=1;aspect=fixed;fillColor=#f8cecc;strokeColor=#b85450;" value="app" vertex="1">
+           <mxGeometry height="30" width="30" x="645" y="3170" as="geometry" />
+         </mxCell>
+         <mxCell id="cPDjd1D4VpfgA8b3wGAO-13" parent="1" style="rounded=1;whiteSpace=wrap;html=1;fillColor=#e1d5e7;strokeColor=#9673a6;" value="Docker Registry&amp;nbsp;" vertex="1">
+           <mxGeometry height="40" width="220" x="420" y="3240" as="geometry" />
+         </mxCell>
+         <mxCell id="cPDjd1D4VpfgA8b3wGAO-16" edge="1" parent="1" source="cPDjd1D4VpfgA8b3wGAO-14" style="edgeStyle=orthogonalEdgeStyle;rounded=0;orthogonalLoop=1;jettySize=auto;html=1;" target="cPDjd1D4VpfgA8b3wGAO-15" value="">
+           <mxGeometry relative="1" as="geometry">
+             <Array as="points">
+               <mxPoint x="530" y="3380" />
+               <mxPoint x="365" y="3380" />
+             </Array>
+           </mxGeometry>
+         </mxCell>
+         <mxCell id="cPDjd1D4VpfgA8b3wGAO-18" edge="1" parent="1" source="cPDjd1D4VpfgA8b3wGAO-14" style="edgeStyle=orthogonalEdgeStyle;rounded=0;orthogonalLoop=1;jettySize=auto;html=1;" target="cPDjd1D4VpfgA8b3wGAO-17" value="">
+           <mxGeometry relative="1" as="geometry" />
+         </mxCell>
+         <mxCell id="cPDjd1D4VpfgA8b3wGAO-14" parent="1" style="rounded=1;whiteSpace=wrap;html=1;fillColor=#f8cecc;strokeColor=#b85450;" value="it is a places where docker images are stored and shared&amp;nbsp;&lt;div&gt;images can be pulled (download) and we can upload (push) the images there&amp;nbsp;&lt;/div&gt;" vertex="1">
+           <mxGeometry height="60" width="420" x="320" y="3290" as="geometry" />
+         </mxCell>
+         <mxCell id="cPDjd1D4VpfgA8b3wGAO-15" parent="1" style="whiteSpace=wrap;html=1;rounded=1;fillColor=#fff2cc;strokeColor=#d6b656;" value="Public Registry" vertex="1">
+           <mxGeometry height="30" width="120" x="305" y="3410" as="geometry" />
+         </mxCell>
+         <mxCell id="cPDjd1D4VpfgA8b3wGAO-17" parent="1" style="whiteSpace=wrap;html=1;rounded=1;fillColor=#fff2cc;strokeColor=#d6b656;" value="Private Registry" vertex="1">
+           <mxGeometry height="30" width="120" x="615" y="3410" as="geometry" />
+         </mxCell>
+         <mxCell id="cPDjd1D4VpfgA8b3wGAO-19" parent="1" style="whiteSpace=wrap;html=1;rounded=1;fillColor=#dae8fc;strokeColor=#6c8ebf;" value="anyone can use it&amp;nbsp;&lt;div&gt;eg - docker hub&lt;/div&gt;" vertex="1">
+           <mxGeometry height="30" width="120" x="305" y="3440" as="geometry" />
+         </mxCell>
+         <mxCell id="cPDjd1D4VpfgA8b3wGAO-20" parent="1" style="whiteSpace=wrap;html=1;rounded=1;fillColor=#dae8fc;strokeColor=#6c8ebf;" value="individual / company specific for secure images&lt;div&gt;&amp;nbsp;azure ACR&lt;/div&gt;&lt;div&gt;Amazon ECR&lt;/div&gt;&lt;div&gt;Google GCR&lt;/div&gt;" vertex="1">
+           <mxGeometry height="80" width="210" x="580" y="3440" as="geometry" />
+         </mxCell>
+         <mxCell id="cPDjd1D4VpfgA8b3wGAO-21" parent="1" style="rounded=1;whiteSpace=wrap;html=1;fillColor=#e1d5e7;strokeColor=#9673a6;" value="How to execute/ work in a container ?" vertex="1">
+           <mxGeometry height="30" width="625" x="245" y="3540" as="geometry" />
+         </mxCell>
+         <mxCell id="cPDjd1D4VpfgA8b3wGAO-22" parent="1" style="rounded=1;whiteSpace=wrap;html=1;fillColor=#dae8fc;strokeColor=#6c8ebf;" value="docker exec -it &amp;lt;container id&amp;gt; bash" vertex="1">
+           <mxGeometry height="60" width="460" x="320" y="3580" as="geometry" />
+         </mxCell>
+         <mxCell id="cPDjd1D4VpfgA8b3wGAO-23" parent="1" style="rounded=1;whiteSpace=wrap;html=1;fillColor=#d5e8d4;strokeColor=#82b366;" value="How to make a changes in the image running inside the container ?&amp;nbsp;" vertex="1">
+           <mxGeometry height="60" width="380" x="370" y="3660" as="geometry" />
+         </mxCell>
+         <mxCell id="cPDjd1D4VpfgA8b3wGAO-24" parent="1" style="rounded=1;whiteSpace=wrap;html=1;fillColor=#e1d5e7;strokeColor=#9673a6;" value="image - nginx&amp;nbsp;&lt;div&gt;nginx ka path - usr -&amp;gt; share -&amp;gt; nginx&amp;nbsp;&lt;/div&gt;" vertex="1">
+           <mxGeometry height="60" width="390" x="370" y="3740" as="geometry" />
+         </mxCell>
+         <mxCell id="cPDjd1D4VpfgA8b3wGAO-25" parent="1" style="rounded=1;whiteSpace=wrap;html=1;fillColor=#dae8fc;strokeColor=#6c8ebf;" value="Docker file&amp;nbsp;" vertex="1">
+           <mxGeometry height="60" width="145" x="495" y="3860" as="geometry" />
+         </mxCell>
+         <mxCell id="cPDjd1D4VpfgA8b3wGAO-26" parent="1" style="rounded=1;whiteSpace=wrap;html=1;" value="image banane ke lie instructions&amp;nbsp;" vertex="1">
+           <mxGeometry height="60" width="120" x="510" y="3920" as="geometry" />
+         </mxCell>
      </root>
    </mxGraphModel>
  </diagram>
</mxfile>
